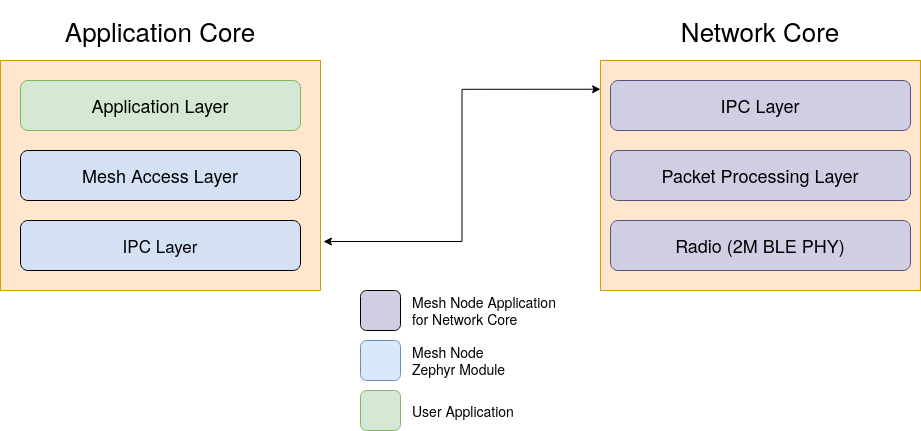
Before: overview.png, a diagram exported from draw.io (Simula-UiB/mesh-node). Source tidied: cells renumbered, new cells last; positions are measured from the earlier drawing's top-left corner, leaving out a move shared by most shapes.
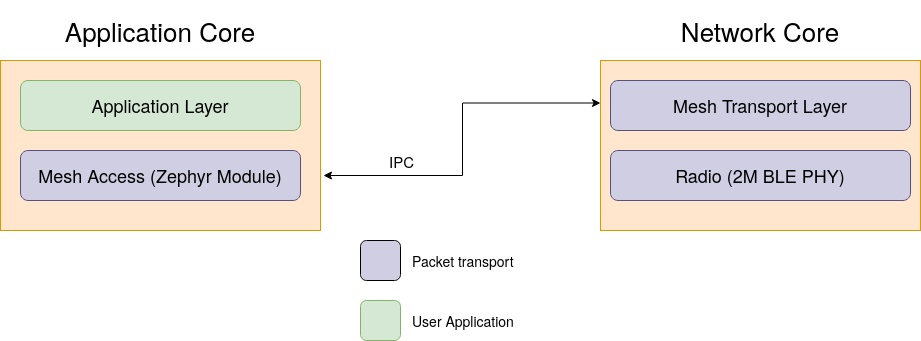
Later version of the same file.

Commit message:
Update block diagram

Diff of the diagram source:
```diff
@@ -3,13 +3,22 @@
     <mxCell id="0" />
     <mxCell id="1" parent="0" />
     <mxCell id="2" style="rounded=0;whiteSpace=wrap;html=1;perimeterSpacing=0;fillColor=#ffe6cc;strokeColor=#d79b00;" parent="1" vertex="1">
-      <mxGeometry y="60" width="320" height="230" as="geometry" />
+      <mxGeometry y="60" width="320" height="170" as="geometry" />
     </mxCell>
-    <mxCell id="3" style="edgeStyle=orthogonalEdgeStyle;rounded=0;jettySize=auto;html=1;entryX=0;entryY=0.125;entryDx=0;entryDy=0;entryPerimeter=0;startArrow=classic;startFill=1;" parent="1" edge="1" target="6">
+    <mxCell id="3" style="edgeStyle=orthogonalEdgeStyle;rounded=0;jettySize=auto;html=1;entryX=0;entryY=0.25;entryDx=0;entryDy=0;startArrow=classic;startFill=1;" parent="1" edge="1" target="6">
       <mxGeometry relative="1" as="geometry">
-        <mxPoint x="323" y="241" as="sourcePoint" />
+        <mxPoint x="323" y="175" as="sourcePoint" />
+        <Array as="points">
+          <mxPoint x="462" y="175" />
+          <mxPoint x="462" y="103" />
+        </Array>
       </mxGeometry>
     </mxCell>
+    <mxCell id="19" value="&lt;font style=&quot;font-size: 15px&quot;&gt;IPC&lt;/font&gt;" style="edgeLabel;html=1;align=center;verticalAlign=middle;" parent="3" vertex="1">
+      <mxGeometry x="-0.39" y="-1" relative="1" as="geometry">
+        <mxPoint x="-29" y="-16" as="offset" />
+      </mxGeometry>
+    </mxCell>
     <mxCell id="4" value="&lt;font style=&quot;font-size: 26px&quot;&gt;Application Core&lt;/font&gt;" style="text;html=1;strokeColor=none;fillColor=none;align=center;verticalAlign=middle;whiteSpace=wrap;rounded=0;" parent="1" vertex="1">
       <mxGeometry x="55" width="210" height="60" as="geometry" />
     </mxCell>
@@ -17,43 +26,31 @@
       <mxGeometry x="655" width="210" height="60" as="geometry" />
     </mxCell>
     <mxCell id="6" style="rounded=0;whiteSpace=wrap;html=1;perimeterSpacing=0;fillColor=#ffe6cc;strokeColor=#d79b00;" parent="1" vertex="1">
-      <mxGeometry x="600" y="60" width="320" height="230" as="geometry" />
+      <mxGeometry x="600" y="60" width="320" height="170" as="geometry" />
     </mxCell>
     <mxCell id="7" value="&lt;font style=&quot;font-size: 18px&quot;&gt;Radio (2M BLE PHY)&lt;/font&gt;" style="rounded=1;whiteSpace=wrap;html=1;fillColor=#d0cee2;strokeColor=#56517e;" parent="1" vertex="1">
-      <mxGeometry x="610" y="220" width="300" height="50" as="geometry" />
+      <mxGeometry x="610" y="150" width="300" height="50" as="geometry" />
     </mxCell>
-    <mxCell id="8" value="&lt;font style=&quot;font-size: 18px&quot;&gt;IPC Layer&lt;/font&gt;" style="rounded=1;whiteSpace=wrap;html=1;fillColor=#d0cee2;strokeColor=#56517e;" parent="1" vertex="1">
-      <mxGeometry x="610" y="80" width="300" height="50" as="geometry" />
-    </mxCell>
-    <mxCell id="9" value="&lt;font style=&quot;font-size: 17px&quot;&gt;IPC Layer&lt;font style=&quot;font-size: 17px&quot;&gt;&lt;br&gt;&lt;/font&gt;&lt;/font&gt;" style="rounded=1;whiteSpace=wrap;html=1;fillColor=#D4E1F5;" parent="1" vertex="1">
-      <mxGeometry x="20" y="220" width="280" height="50" as="geometry" />
-    </mxCell>
-    <mxCell id="10" value="&lt;font style=&quot;font-size: 18px&quot;&gt;Mesh Access Layer&lt;font style=&quot;font-size: 18px&quot;&gt;&lt;br&gt;&lt;/font&gt;&lt;/font&gt;" style="rounded=1;whiteSpace=wrap;html=1;fillColor=#D4E1F5;" parent="1" vertex="1">
+    <mxCell id="10" value="&lt;font style=&quot;font-size: 18px&quot;&gt;Mesh Access (Zephyr Module&lt;font style=&quot;font-size: 18px&quot;&gt;)&lt;br&gt;&lt;/font&gt;&lt;/font&gt;" style="rounded=1;whiteSpace=wrap;html=1;fillColor=#d0cee2;strokeColor=#56517e;" parent="1" vertex="1">
       <mxGeometry x="20" y="150" width="280" height="50" as="geometry" />
     </mxCell>
     <mxCell id="11" value="&lt;font style=&quot;font-size: 18px&quot;&gt;Application Layer&lt;br&gt;&lt;/font&gt;" style="rounded=1;whiteSpace=wrap;html=1;fillColor=#d5e8d4;strokeColor=#82b366;" parent="1" vertex="1">
       <mxGeometry x="20" y="80" width="280" height="50" as="geometry" />
     </mxCell>
-    <mxCell id="12" value="&lt;font style=&quot;font-size: 18px&quot;&gt;Packet Processing Layer&lt;br&gt;&lt;/font&gt;" style="rounded=1;whiteSpace=wrap;html=1;fillColor=#d0cee2;strokeColor=#56517e;" parent="1" vertex="1">
-      <mxGeometry x="610" y="150" width="300" height="50" as="geometry" />
+    <mxCell id="12" value="&lt;font style=&quot;font-size: 18px&quot;&gt;Mesh Transport Layer&lt;br&gt;&lt;/font&gt;" style="rounded=1;whiteSpace=wrap;html=1;fillColor=#d0cee2;strokeColor=#56517e;" parent="1" vertex="1">
+      <mxGeometry x="610" y="80" width="300" height="50" as="geometry" />
     </mxCell>
     <mxCell id="13" style="rounded=1;whiteSpace=wrap;html=1;fillColor=#d0cee2;" parent="1" vertex="1">
-      <mxGeometry x="360" y="290" width="40" height="40" as="geometry" />
+      <mxGeometry x="360" y="240" width="40" height="40" as="geometry" />
     </mxCell>
-    <mxCell id="14" value="&lt;div align=&quot;left&quot;&gt;&lt;font style=&quot;font-size: 14px&quot;&gt;Mesh Node Application for Network Core&lt;/font&gt;&lt;br&gt;&lt;/div&gt;" style="text;html=1;strokeColor=none;fillColor=none;align=left;verticalAlign=middle;whiteSpace=wrap;rounded=0;" parent="1" vertex="1">
-      <mxGeometry x="410" y="290" width="150" height="40" as="geometry" />
+    <mxCell id="14" value="&lt;div align=&quot;left&quot;&gt;&lt;font style=&quot;font-size: 14px&quot;&gt;Packet transport&lt;br&gt;&lt;/font&gt;&lt;/div&gt;" style="text;html=1;strokeColor=none;fillColor=none;align=left;verticalAlign=middle;whiteSpace=wrap;rounded=0;" parent="1" vertex="1">
+      <mxGeometry x="410" y="240" width="150" height="40" as="geometry" />
     </mxCell>
-    <mxCell id="15" style="rounded=1;whiteSpace=wrap;html=1;fillColor=#dae8fc;strokeColor=#6c8ebf;" parent="1" vertex="1">
-      <mxGeometry x="360" y="340" width="40" height="40" as="geometry" />
-    </mxCell>
-    <mxCell id="16" value="&lt;div align=&quot;left&quot;&gt;&lt;font style=&quot;font-size: 14px&quot;&gt;Mesh Node&lt;/font&gt;&lt;/div&gt;&lt;div align=&quot;left&quot;&gt;&lt;font style=&quot;font-size: 14px&quot;&gt; Zephyr Module&lt;/font&gt;&lt;/div&gt;" style="text;html=1;strokeColor=none;fillColor=none;align=left;verticalAlign=middle;whiteSpace=wrap;rounded=0;" parent="1" vertex="1">
-      <mxGeometry x="410" y="340" width="150" height="40" as="geometry" />
-    </mxCell>
     <mxCell id="17" value="&lt;font style=&quot;font-size: 14px&quot;&gt;User Application&lt;br&gt;&lt;/font&gt;" style="text;html=1;strokeColor=none;fillColor=none;align=left;verticalAlign=middle;whiteSpace=wrap;rounded=0;" parent="1" vertex="1">
-      <mxGeometry x="410" y="390" width="150" height="40" as="geometry" />
+      <mxGeometry x="410" y="300" width="150" height="40" as="geometry" />
     </mxCell>
     <mxCell id="18" style="rounded=1;whiteSpace=wrap;html=1;fillColor=#d5e8d4;strokeColor=#82b366;" parent="1" vertex="1">
-      <mxGeometry x="360" y="390" width="40" height="40" as="geometry" />
+      <mxGeometry x="360" y="300" width="40" height="40" as="geometry" />
     </mxCell>
   </root>
 </mxGraphModel>
```
